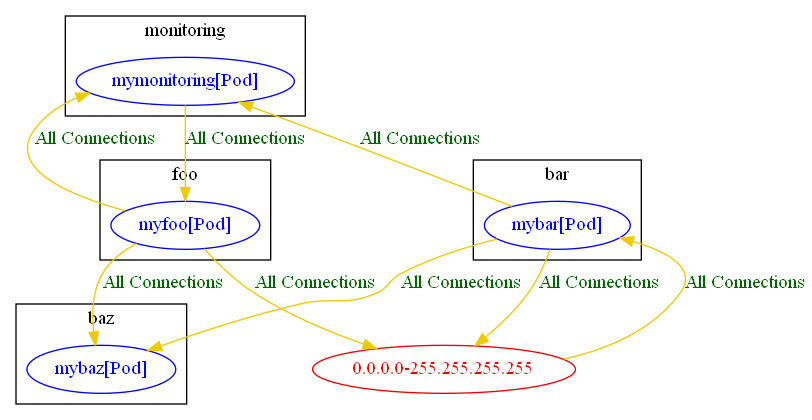
Earlier version of the Graphviz export test_outputs/connlist/anp_banp_blog_demo_focus_workload_myfoo_mybar_connlist_output.dot.png (np-guard/netpol-analyzer). Its source is kept beside it as test_outputs/connlist/anp_banp_blog_demo_focus_workload_myfoo_mybar_connlist_output.dot.
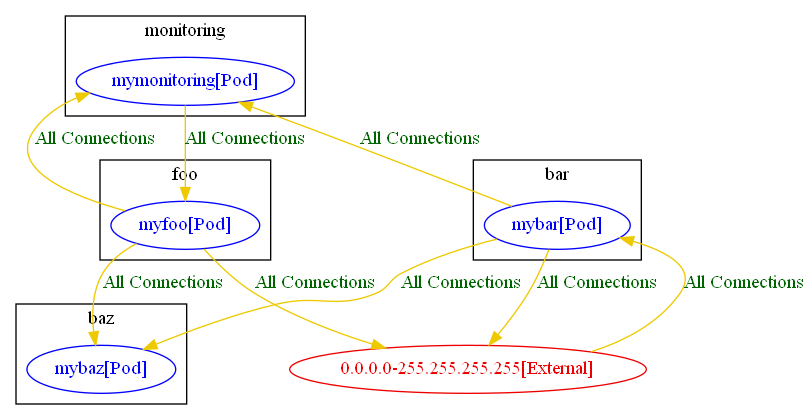
Above is the later version.

The edit, as a diff of the source:
```diff
@@ -23,12 +23,12 @@
 		"monitoring/mymonitoring[Pod]" [label="mymonitoring[Pod]" color="blue" fontcolor="blue"]
 		label="monitoring"
 	}
-	"0.0.0.0-255.255.255.255" [label="0.0.0.0-255.255.255.255" color="red2" fontcolor="red2"]
-	"0.0.0.0-255.255.255.255" -> "bar/mybar[Pod]" [label="All Connections" color="gold2" fontcolor="darkgreen" weight=0.5]
-	"bar/mybar[Pod]" -> "0.0.0.0-255.255.255.255" [label="All Connections" color="gold2" fontcolor="darkgreen" weight=1]
+	"0.0.0.0-255.255.255.255[External]" [label="0.0.0.0-255.255.255.255[External]" color="red2" fontcolor="red2"]
+	"0.0.0.0-255.255.255.255[External]" -> "bar/mybar[Pod]" [label="All Connections" color="gold2" fontcolor="darkgreen" weight=0.5]
+	"bar/mybar[Pod]" -> "0.0.0.0-255.255.255.255[External]" [label="All Connections" color="gold2" fontcolor="darkgreen" weight=1]
 	"bar/mybar[Pod]" -> "baz/mybaz[Pod]" [label="All Connections" color="gold2" fontcolor="darkgreen" weight=0.5]
 	"bar/mybar[Pod]" -> "monitoring/mymonitoring[Pod]" [label="All Connections" color="gold2" fontcolor="darkgreen" weight=0.5]
-	"foo/myfoo[Pod]" -> "0.0.0.0-255.255.255.255" [label="All Connections" color="gold2" fontcolor="darkgreen" weight=1]
+	"foo/myfoo[Pod]" -> "0.0.0.0-255.255.255.255[External]" [label="All Connections" color="gold2" fontcolor="darkgreen" weight=1]
 	"foo/myfoo[Pod]" -> "baz/mybaz[Pod]" [label="All Connections" color="gold2" fontcolor="darkgreen" weight=1]
 	"foo/myfoo[Pod]" -> "monitoring/mymonitoring[Pod]" [label="All Connections" color="gold2" fontcolor="darkgreen" weight=0.5]
 	"monitoring/mymonitoring[Pod]" -> "foo/myfoo[Pod]" [label="All Connections" color="gold2" fontcolor="darkgreen" weight=1]
```
